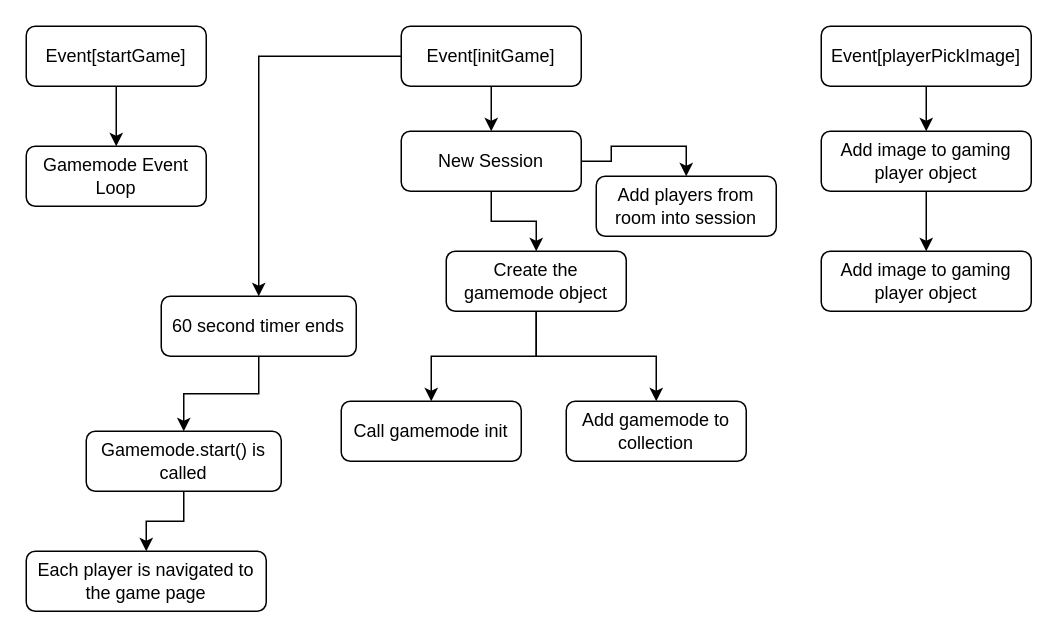
DevClarkMiller/DrawingGame keeps this draw.io diagram as DrawingGameUX.drawio. Above is the earlier version. Source tidied: cells renumbered, new cells numbered last; positions are measured from the earlier drawing's top-left corner, leaving out a move shared by most shapes. Both pictures are drawn from the tidied source at 150%, with x=0, y=0 at pixel (26, 26).
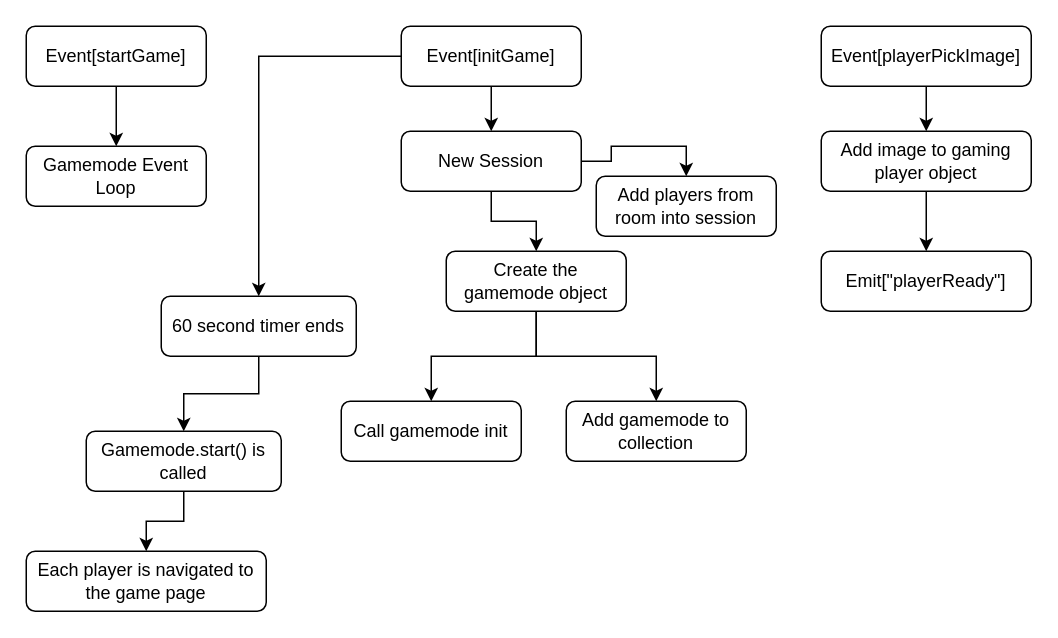
The same diagram, later.

Diff of the diagram source:
```diff
@@
-    <mxCell id="26" value="Add image to gaming player object" style="rounded=1;whiteSpace=wrap;html=1;fontSize=12;glass=0;strokeWidth=1;shadow=0;" parent="1" vertex="1">
+    <mxCell id="26" value="Emit[&quot;playerReady&quot;]" style="rounded=1;whiteSpace=wrap;html=1;fontSize=12;glass=0;strokeWidth=1;shadow=0;" parent="1" vertex="1">
       <mxGeometry x="530" y="150" width="140" height="40" as="geometry" />
     </mxCell>
```
